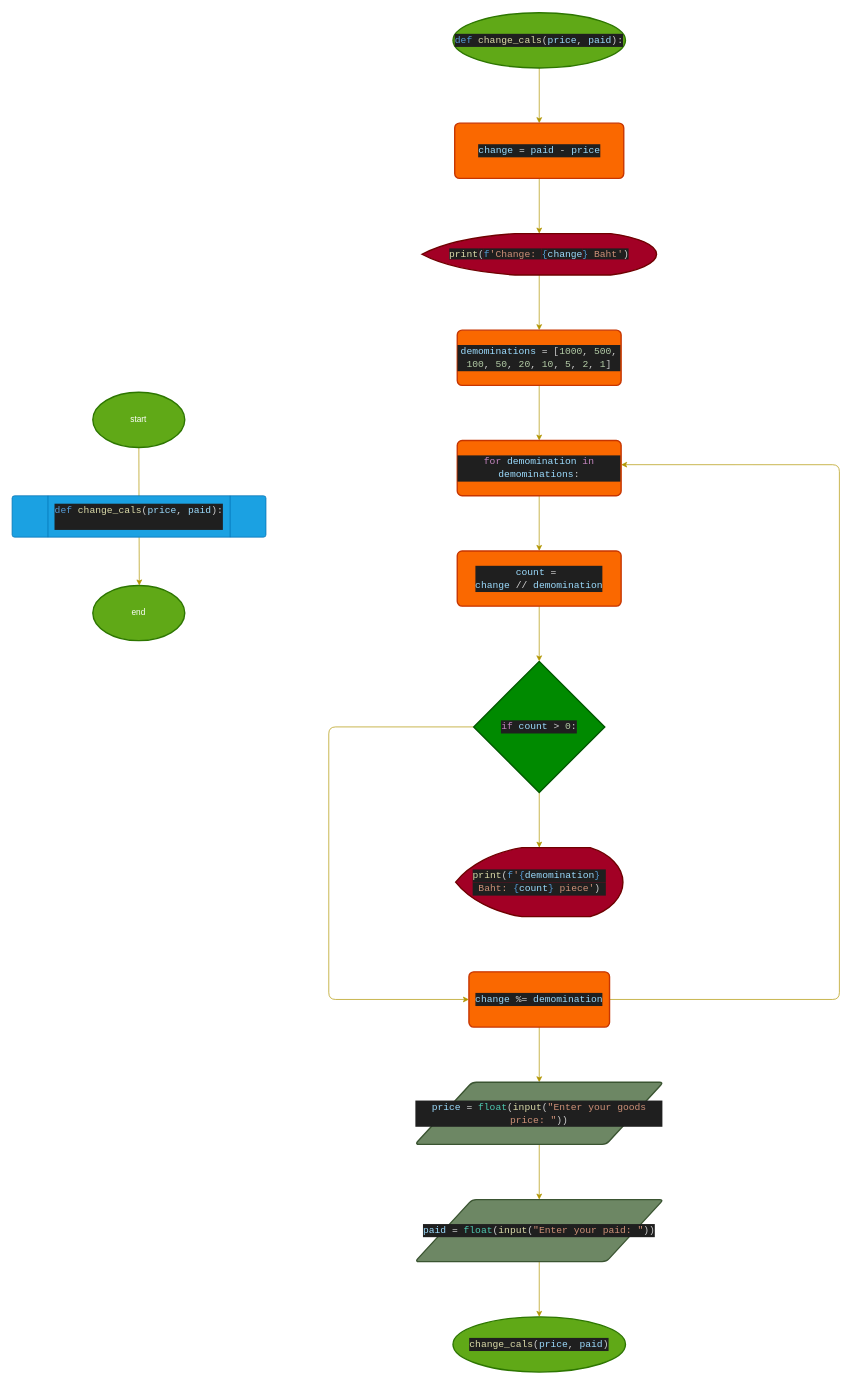
Above: Problem Solv HW/HW1 CH1.drawio in CaptMavvvvv/NCC-1031-D (draw.io), before the change. Source tidied: cells renumbered, new cells numbered last; positions are measured from the earlier drawing's top-left corner, leaving out a move shared by most shapes. Both pictures are drawn from the tidied source at 69%, with x=0, y=0 at pixel (12, 12).
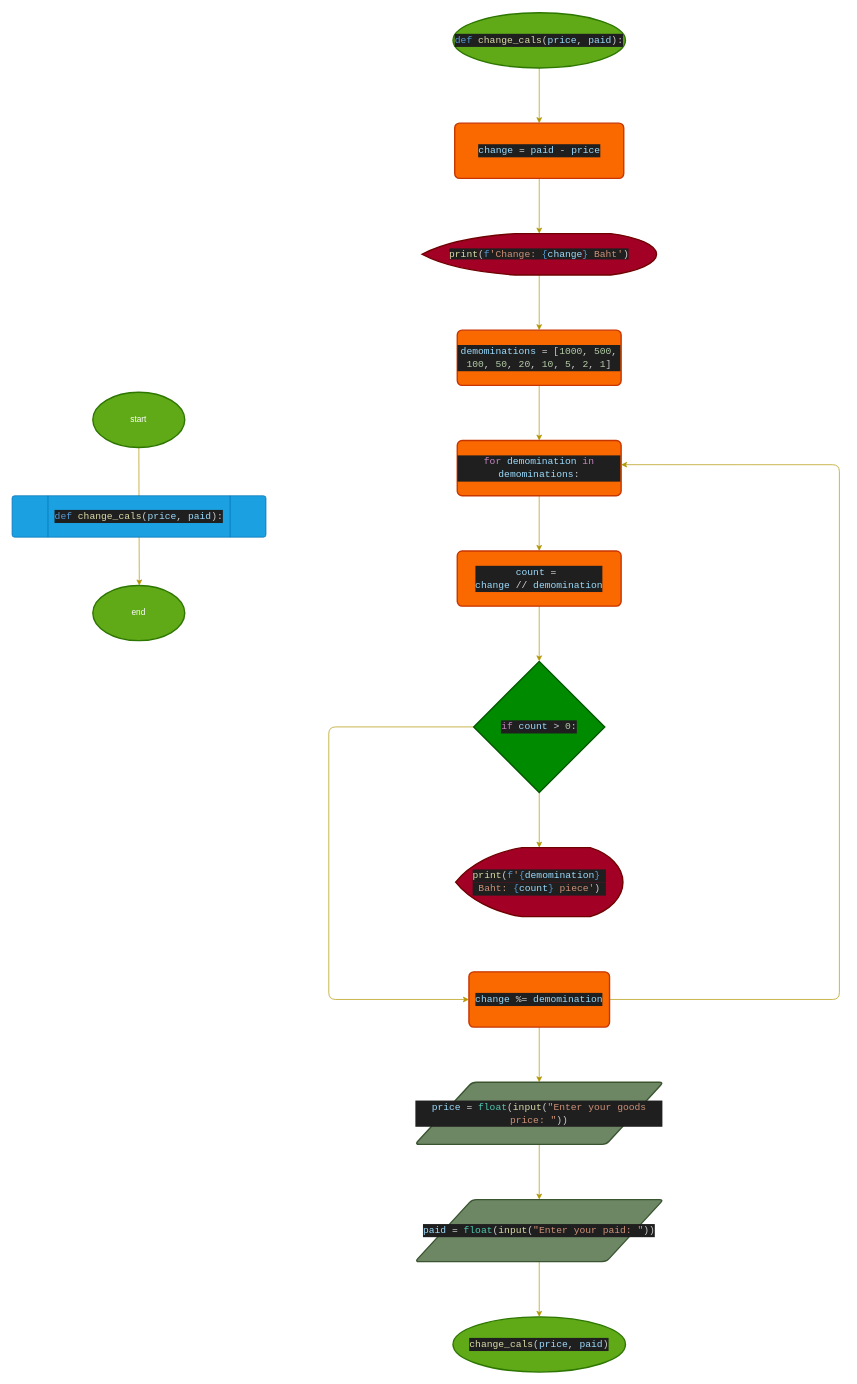
The same page after the edit.

The edit, as a diff of the source:
```diff
@@
-    <mxCell id="7" value="&lt;div style=&quot;color: rgb(204, 204, 204); background-color: rgb(31, 31, 31); font-family: Consolas, &amp;quot;Courier New&amp;quot;, monospace; font-size: 14px; line-height: 19px;&quot;&gt;&lt;div&gt;&lt;span style=&quot;color: #569cd6;&quot;&gt;def&lt;/span&gt; &lt;span style=&quot;color: #dcdcaa;&quot;&gt;change_cals&lt;/span&gt;(&lt;span style=&quot;color: #9cdcfe;&quot;&gt;price&lt;/span&gt;, &lt;span style=&quot;color: #9cdcfe;&quot;&gt;paid&lt;/span&gt;):&lt;/div&gt;&lt;br&gt;&lt;/div&gt;" style="text;html=1;align=center;verticalAlign=middle;whiteSpace=wrap;rounded=0;" parent="1" vertex="1">
+    <mxCell id="7" value="&lt;div style=&quot;color: rgb(204, 204, 204); background-color: rgb(31, 31, 31); font-family: Consolas, &amp;quot;Courier New&amp;quot;, monospace; font-size: 14px; line-height: 19px;&quot;&gt;&lt;div&gt;&lt;span style=&quot;color: #569cd6;&quot;&gt;def&lt;/span&gt; &lt;span style=&quot;color: #dcdcaa;&quot;&gt;change_cals&lt;/span&gt;(&lt;span style=&quot;color: #9cdcfe;&quot;&gt;price&lt;/span&gt;, &lt;span style=&quot;color: #9cdcfe;&quot;&gt;paid&lt;/span&gt;):&lt;/div&gt;&lt;/div&gt;" style="text;html=1;align=center;verticalAlign=middle;whiteSpace=wrap;rounded=0;" parent="1" vertex="1">
       <mxGeometry x="50" y="715" width="268" height="30" as="geometry" />
     </mxCell>
```
